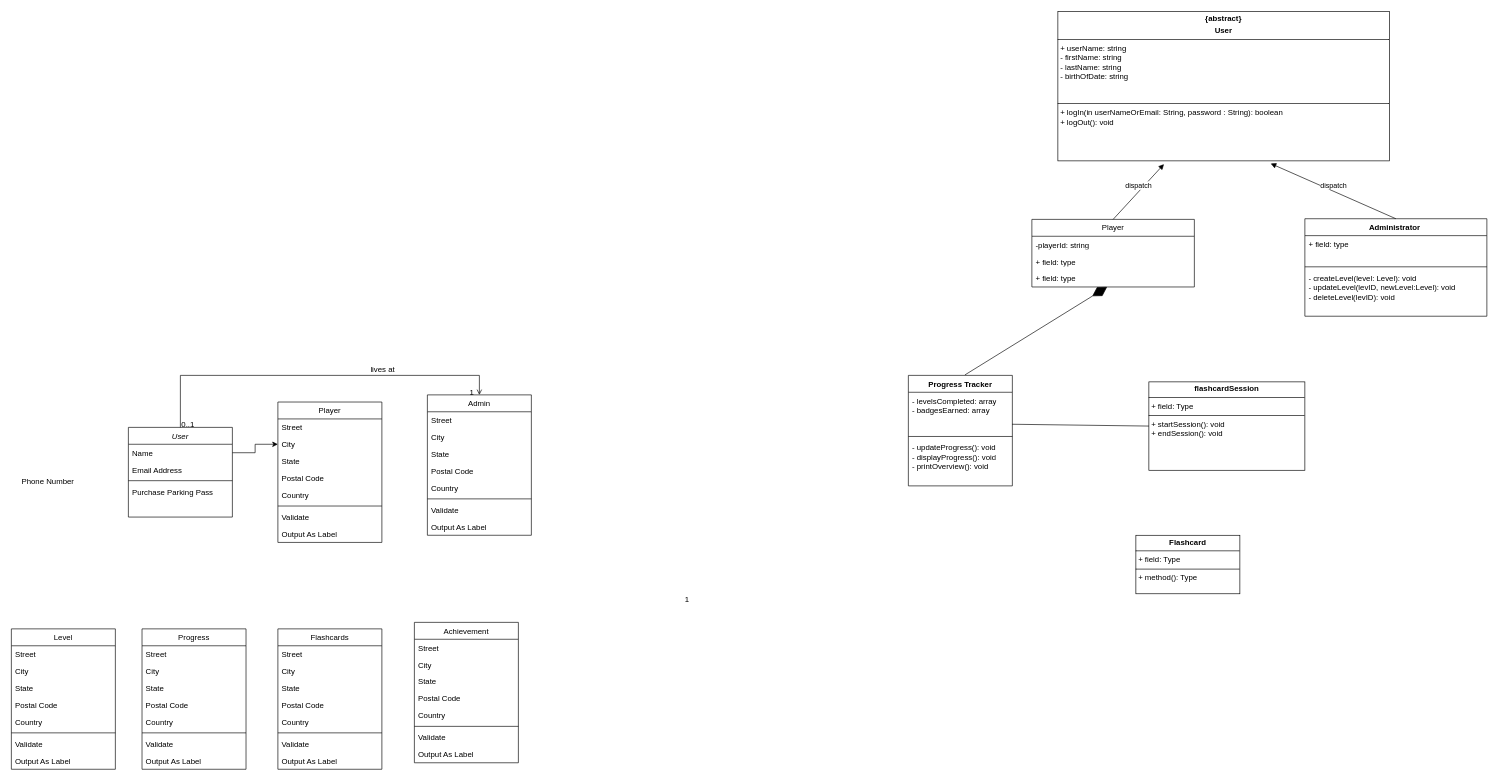
Before: HCIDiagrams.drawio in yzy21cs/Diagrams, a draw.io diagram. Source tidied: cells renumbered, new cells numbered last; positions are measured from the earlier drawing's top-left corner, leaving out a move shared by most shapes. Both pictures are drawn from the tidied source at 65%, with x=0, y=0 at pixel (11, 11).
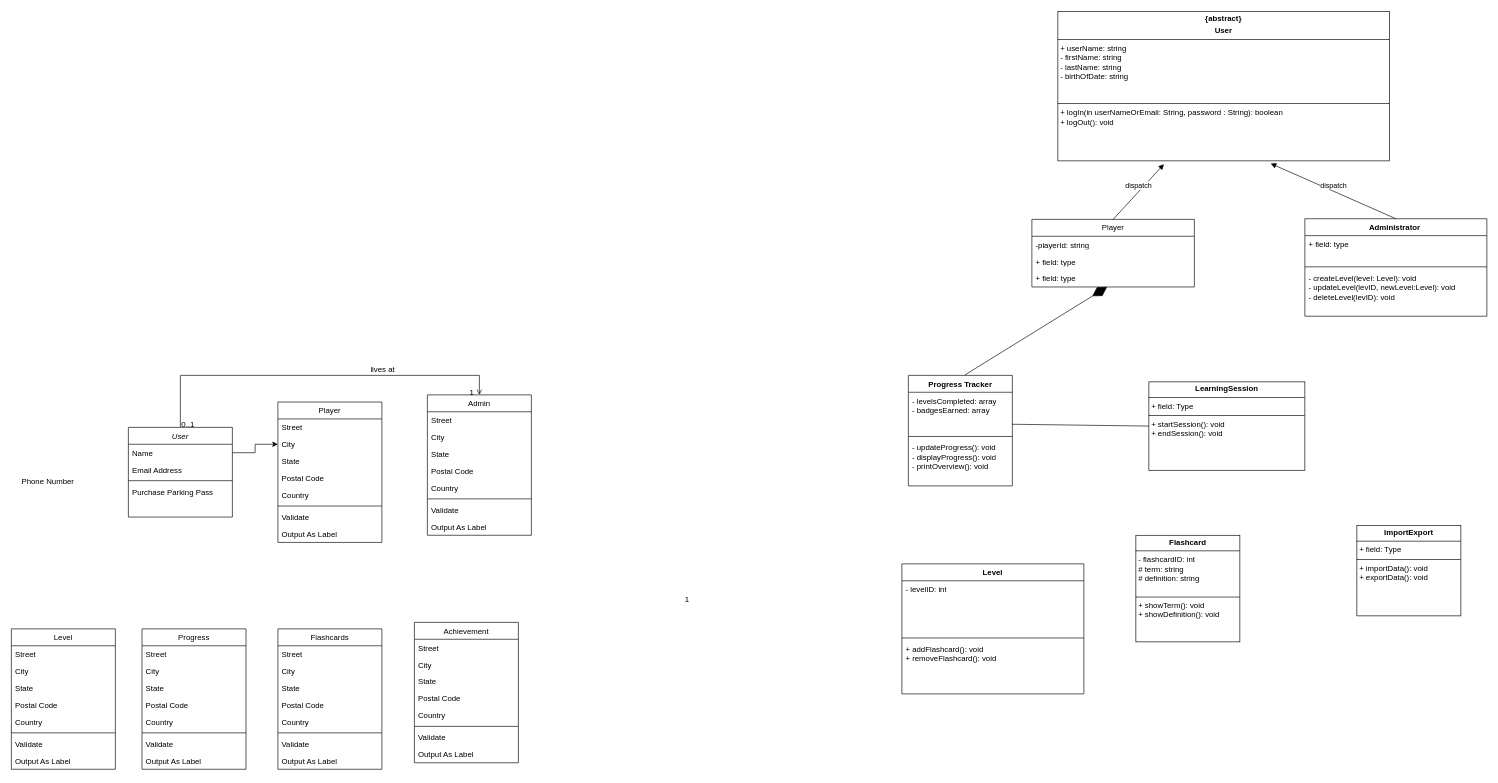
The same diagram, later.

Commit message:
all classes drew but not connected

Diff of the diagram source:
```diff
@@
-    <mxCell id="84" value="&lt;p style=&quot;margin:0px;margin-top:4px;text-align:center;&quot;&gt;&lt;b&gt;flashcardSession&lt;/b&gt;&lt;/p&gt;&lt;hr size=&quot;1&quot; style=&quot;border-style:solid;&quot;&gt;&lt;p style=&quot;margin:0px;margin-left:4px;&quot;&gt;+ field: Type&lt;/p&gt;&lt;hr size=&quot;1&quot; style=&quot;border-style:solid;&quot;&gt;&lt;p style=&quot;margin:0px;margin-left:4px;&quot;&gt;+ startSession(): void&lt;/p&gt;&lt;p style=&quot;margin:0px;margin-left:4px;&quot;&gt;+ endSession(): void&lt;/p&gt;&lt;p style=&quot;margin:0px;margin-left:4px;&quot;&gt;&lt;br&gt;&lt;/p&gt;" style="verticalAlign=top;align=left;overflow=fill;html=1;whiteSpace=wrap;" parent="1" vertex="1">
+    <mxCell id="84" value="&lt;p style=&quot;margin:0px;margin-top:4px;text-align:center;&quot;&gt;&lt;b&gt;LearningSession&lt;/b&gt;&lt;/p&gt;&lt;hr size=&quot;1&quot; style=&quot;border-style:solid;&quot;&gt;&lt;p style=&quot;margin:0px;margin-left:4px;&quot;&gt;+ field: Type&lt;/p&gt;&lt;hr size=&quot;1&quot; style=&quot;border-style:solid;&quot;&gt;&lt;p style=&quot;margin:0px;margin-left:4px;&quot;&gt;+ startSession(): void&lt;/p&gt;&lt;p style=&quot;margin:0px;margin-left:4px;&quot;&gt;+ endSession(): void&lt;/p&gt;&lt;p style=&quot;margin:0px;margin-left:4px;&quot;&gt;&lt;br&gt;&lt;/p&gt;" style="verticalAlign=top;align=left;overflow=fill;html=1;whiteSpace=wrap;" parent="1" vertex="1">
       <mxGeometry x="1750" y="570" width="240" height="136" as="geometry" />
     </mxCell>
@@
-    <mxCell id="86" value="&lt;p style=&quot;margin:0px;margin-top:4px;text-align:center;&quot;&gt;&lt;b&gt;Flashcard&lt;/b&gt;&lt;/p&gt;&lt;hr size=&quot;1&quot; style=&quot;border-style:solid;&quot;&gt;&lt;p style=&quot;margin:0px;margin-left:4px;&quot;&gt;+ field: Type&lt;/p&gt;&lt;hr size=&quot;1&quot; style=&quot;border-style:solid;&quot;&gt;&lt;p style=&quot;margin:0px;margin-left:4px;&quot;&gt;+ method(): Type&lt;/p&gt;" style="verticalAlign=top;align=left;overflow=fill;html=1;whiteSpace=wrap;" parent="1" vertex="1">
-      <mxGeometry x="1730" y="806" width="160" height="90" as="geometry" />
+    <mxCell id="86" value="&lt;p style=&quot;margin:0px;margin-top:4px;text-align:center;&quot;&gt;&lt;b&gt;Flashcard&lt;/b&gt;&lt;/p&gt;&lt;hr size=&quot;1&quot; style=&quot;border-style:solid;&quot;&gt;&lt;p style=&quot;margin:0px;margin-left:4px;&quot;&gt;- flashcardID: int&lt;/p&gt;&lt;p style=&quot;margin:0px;margin-left:4px;&quot;&gt;# term: string&lt;/p&gt;&lt;p style=&quot;margin:0px;margin-left:4px;&quot;&gt;# definition: string&lt;/p&gt;&lt;p style=&quot;margin:0px;margin-left:4px;&quot;&gt;&lt;br&gt;&lt;/p&gt;&lt;hr size=&quot;1&quot; style=&quot;border-style:solid;&quot;&gt;&lt;p style=&quot;margin:0px;margin-left:4px;&quot;&gt;+ showTerm(): void&lt;/p&gt;&lt;p style=&quot;margin:0px;margin-left:4px;&quot;&gt;+ showDefinition(): void&lt;/p&gt;" style="verticalAlign=top;align=left;overflow=fill;html=1;whiteSpace=wrap;" parent="1" vertex="1">
+      <mxGeometry x="1730" y="806" width="160" height="164" as="geometry" />
     </mxCell>
+    <mxCell id="87" value="&lt;p style=&quot;margin:0px;margin-top:4px;text-align:center;&quot;&gt;&lt;b&gt;ImportExport&lt;/b&gt;&lt;/p&gt;&lt;hr size=&quot;1&quot; style=&quot;border-style:solid;&quot;&gt;&lt;p style=&quot;margin:0px;margin-left:4px;&quot;&gt;+ field: Type&lt;/p&gt;&lt;hr size=&quot;1&quot; style=&quot;border-style:solid;&quot;&gt;&lt;p style=&quot;margin:0px;margin-left:4px;&quot;&gt;+ importData(): void&lt;/p&gt;&lt;p style=&quot;margin:0px;margin-left:4px;&quot;&gt;+ exportData(): void&lt;/p&gt;" style="verticalAlign=top;align=left;overflow=fill;html=1;whiteSpace=wrap;" parent="1" vertex="1">
+      <mxGeometry x="2070" y="791" width="160" height="139" as="geometry" />
+    </mxCell>
+    <mxCell id="88" value="Level" style="swimlane;fontStyle=1;align=center;verticalAlign=top;horizontal=1;startSize=26;whiteSpace=wrap;html=1;" parent="1" vertex="1">
+      <mxGeometry x="1370" y="850" width="280" height="200" as="geometry" />
+    </mxCell>
+    <mxCell id="89" value="- levelID: int" style="text;strokeColor=none;fillColor=none;align=left;verticalAlign=top;spacingLeft=4;spacingRight=4;overflow=hidden;whiteSpace=wrap;html=1;" parent="88" vertex="1">
+      <mxGeometry y="26" width="280" height="84" as="geometry" />
+    </mxCell>
+    <mxCell id="90" style="line;strokeWidth=1;fillColor=none;align=left;verticalAlign=middle;spacingTop=-1;spacingLeft=3;spacingRight=3;labelPosition=right;strokeColor=inherit;" parent="88" vertex="1">
+      <mxGeometry y="110" width="280" height="8" as="geometry" />
+    </mxCell>
+    <mxCell id="91" value="+ addFlashcard(): void&lt;div&gt;+ removeFlashcard(): void&lt;/div&gt;" style="text;strokeColor=none;fillColor=none;align=left;verticalAlign=top;spacingLeft=4;spacingRight=4;overflow=hidden;whiteSpace=wrap;html=1;" parent="88" vertex="1">
+      <mxGeometry y="118" width="280" height="82" as="geometry" />
+    </mxCell>
```
